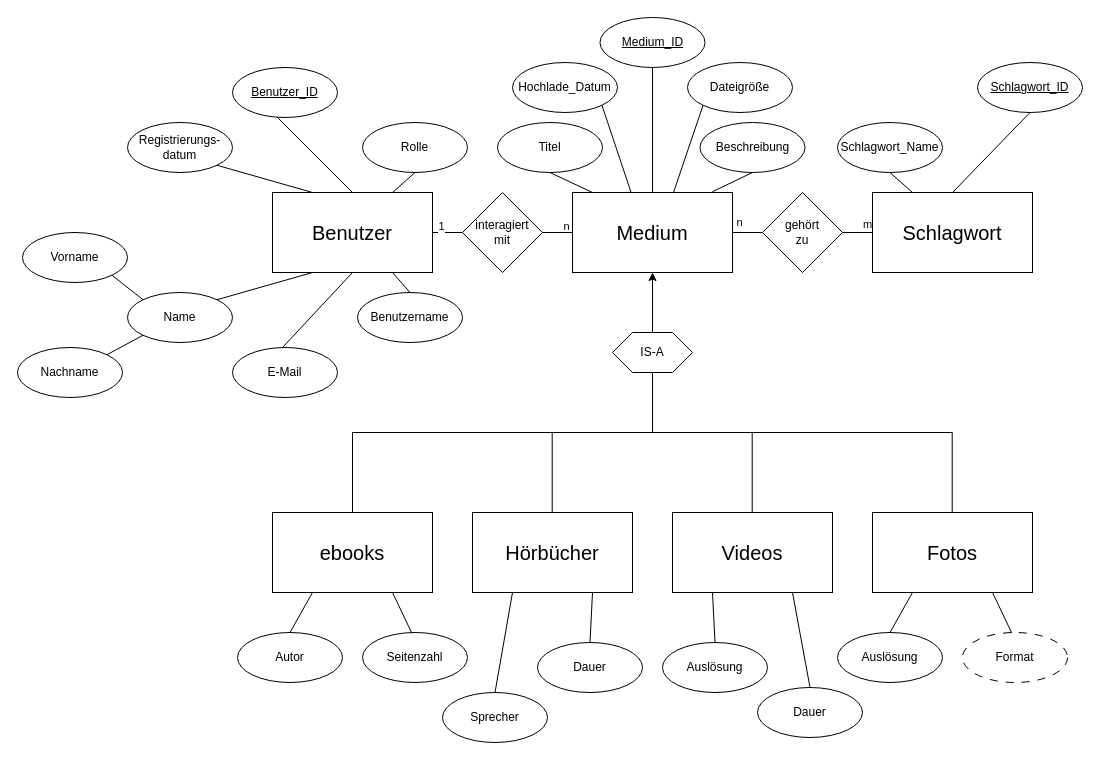
The draw.io diagram Diagramme/ER-Diagramm.drawio in Kaktussaft/Mediendatenbank-broken, before the edit. Source tidied: cells renumbered, new cells numbered last; positions are measured from the earlier drawing's top-left corner, leaving out a move shared by most shapes. Both pictures are drawn from the tidied source at 100%, with x=0, y=0 at pixel (17, 17).
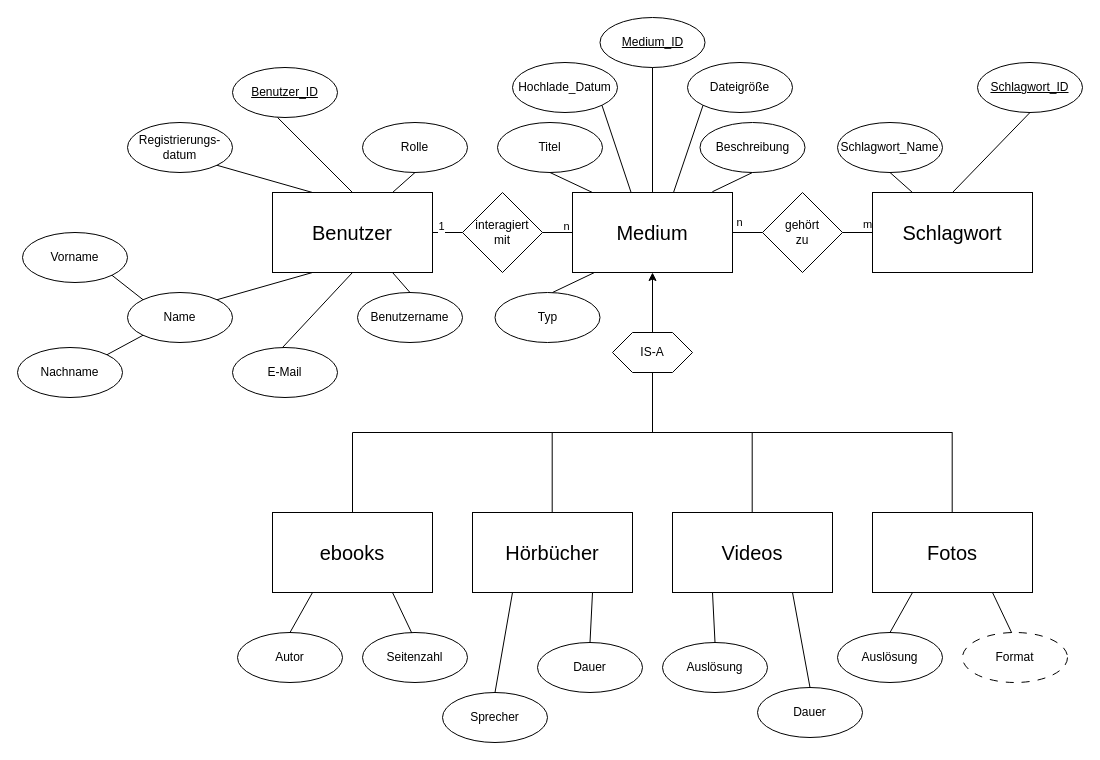
The same page after the edit.

Commit message:
Add Attribute Typ to ER-DIagramm

Change to the diagram source:
```diff
@@
+    <mxCell id="73" value="Typ" style="ellipse;whiteSpace=wrap;html=1;" parent="1" vertex="1">
+      <mxGeometry x="477.5" y="275" width="105" height="50" as="geometry" />
+    </mxCell>
+    <mxCell id="74" style="endArrow=none;html=1;rounded=0;entryX=0.5;entryY=1;entryDx=0;entryDy=0;" parent="1" edge="1">
+      <mxGeometry relative="1" as="geometry">
+        <mxPoint x="577" y="255" as="sourcePoint" />
+        <mxPoint x="535" y="275" as="targetPoint" />
+      </mxGeometry>
+    </mxCell>
```
